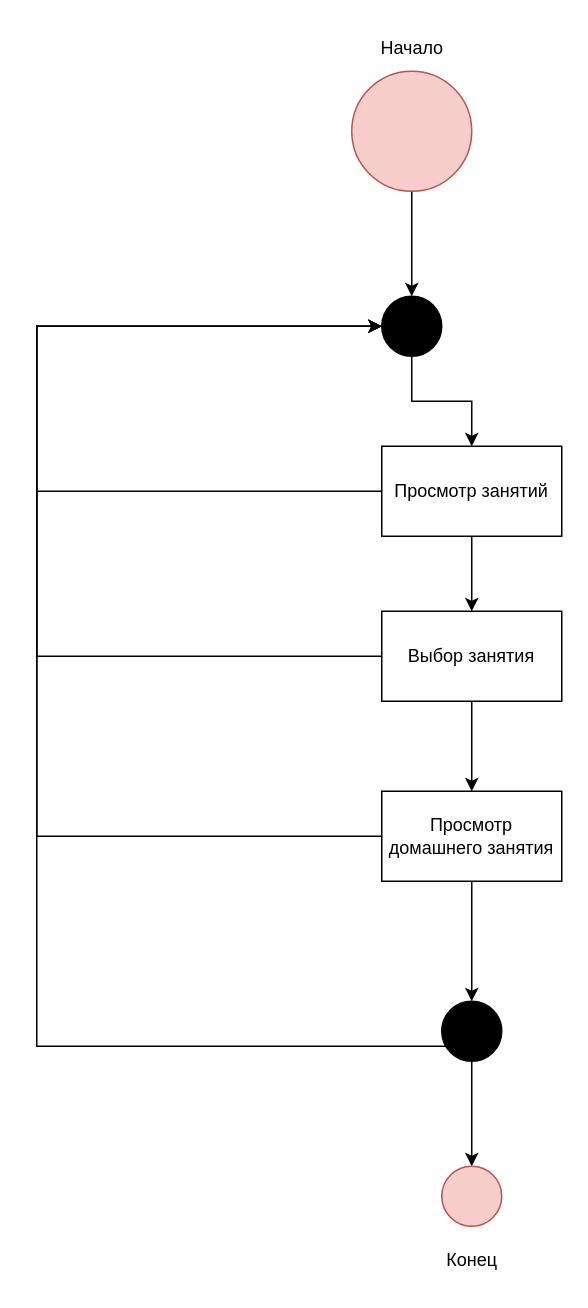
flouressaint/myDiagrams keeps this draw.io diagram as page "Page-3" (3 of 4) of schedule-serviceScenary.drawio. Above is the earlier version. Source tidied: cells renumbered, new cells numbered last; positions are measured from the earlier drawing's top-left corner, leaving out a move shared by most shapes. Both pictures are drawn from the tidied source at 150%, with x=0, y=0 at pixel (36, 26).
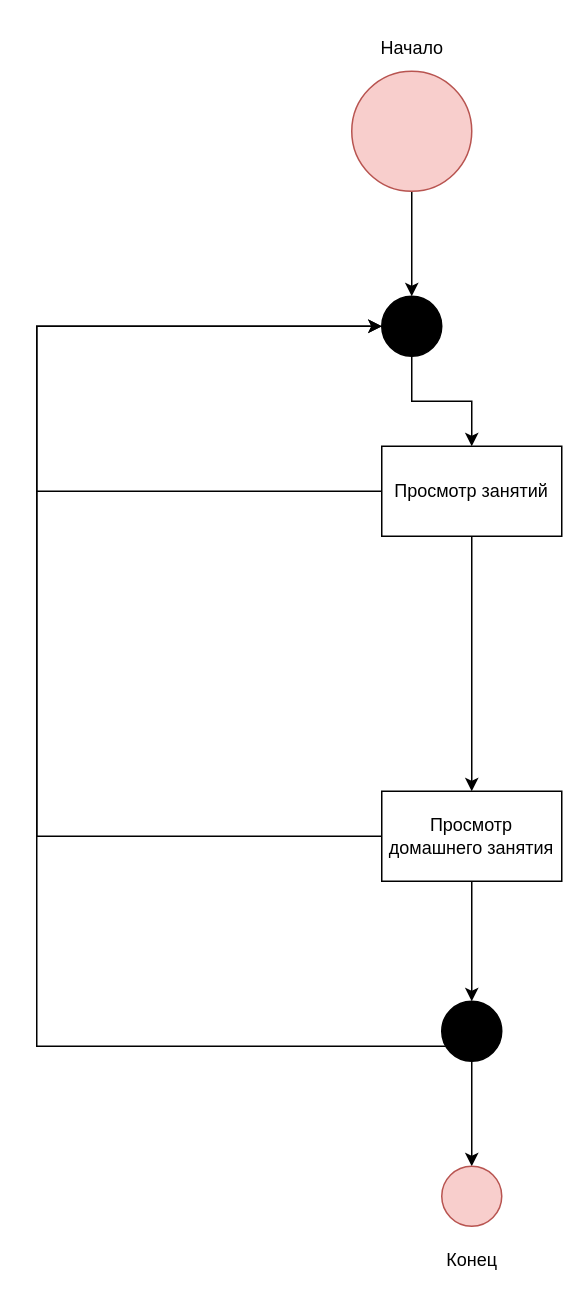
The same diagram, later.

The change refers to these unchanged cells:
```xml
<mxCell id="8" value="Просмотр занятий" style="whiteSpace=wrap;html=1;" parent="1" vertex="1">
  <mxGeometry x="230" y="280" width="120" height="60" as="geometry" />
</mxCell>
<mxCell id="19" value="Просмотр домашнего занятия" style="whiteSpace=wrap;html=1;" parent="1" vertex="1">
  <mxGeometry x="230" y="510" width="120" height="60" as="geometry" />
</mxCell>
```

Change to the diagram source:
```diff
@@
-    <mxCell id="6" style="edgeStyle=orthogonalEdgeStyle;rounded=0;jettySize=auto;html=1;" parent="1" edge="1" source="8" target="11">
-      <mxGeometry relative="1" as="geometry" />
-    </mxCell>
@@
-    <mxCell id="9" style="edgeStyle=orthogonalEdgeStyle;rounded=0;jettySize=auto;html=1;" parent="1" edge="1" source="11" target="19">
+    <mxCell id="9" style="edgeStyle=orthogonalEdgeStyle;rounded=0;jettySize=auto;html=1;exitX=0.5;exitY=1;exitDx=0;exitDy=0;" parent="1" edge="1" source="8" target="19">
       <mxGeometry relative="1" as="geometry" />
     </mxCell>
-    <mxCell id="10" style="edgeStyle=orthogonalEdgeStyle;rounded=0;jettySize=auto;html=1;entryX=0;entryY=0.5;entryDx=0;entryDy=0;" parent="1" edge="1" source="11">
-      <mxGeometry relative="1" as="geometry">
-        <mxPoint x="230" y="200" as="targetPoint" />
-        <Array as="points">
-          <mxPoint y="420" />
-          <mxPoint y="200" />
-        </Array>
-      </mxGeometry>
-    </mxCell>
-    <mxCell id="11" value="Выбор занятия" style="whiteSpace=wrap;html=1;" parent="1" vertex="1">
-      <mxGeometry x="230" y="390" width="120" height="60" as="geometry" />
-    </mxCell>
```
